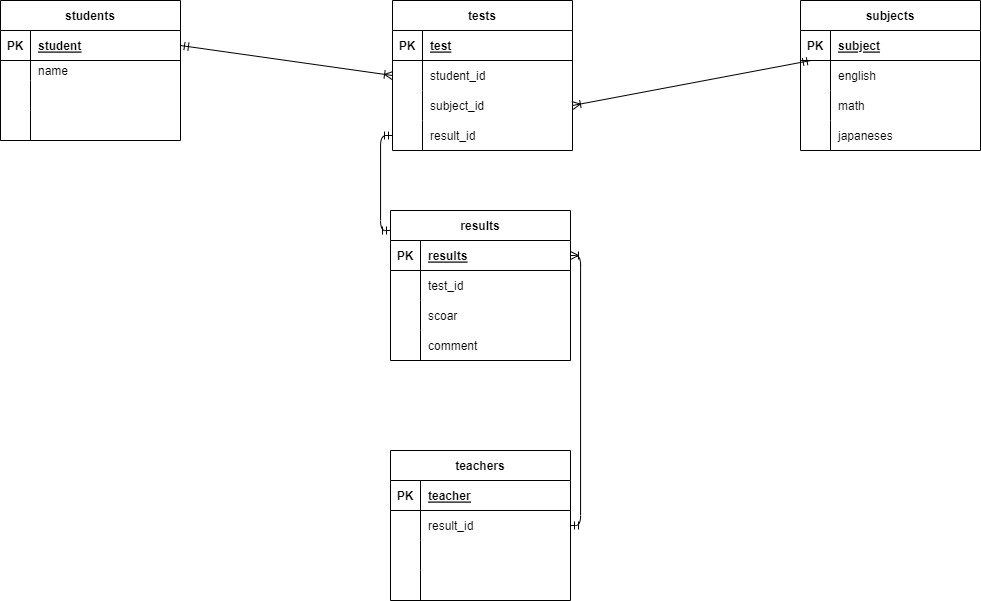
Before: .drawio.png, a diagram exported from draw.io (piyotaro3/date-base). Source tidied: cells renumbered, new cells last; positions are measured from the earlier drawing's top-left corner, leaving out a move shared by most shapes.
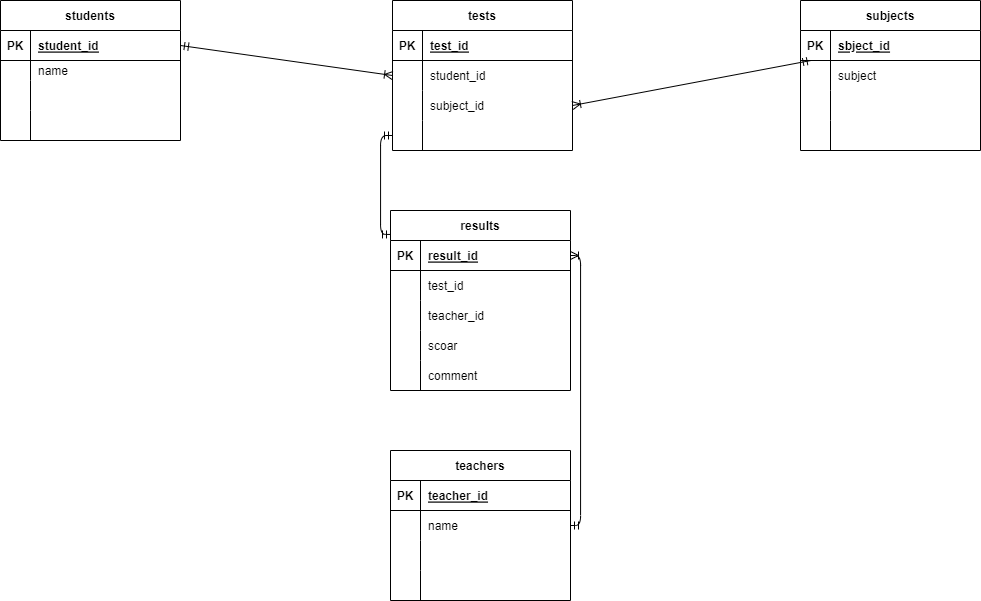
After the change.

Change to the diagram source:
```diff
@@ -11,7 +11,7 @@
     <mxCell id="4" value="PK" style="shape=partialRectangle;fillColor=none;top=0;left=0;bottom=0;right=0;fontStyle=1;overflow=hidden;" parent="3" vertex="1">
       <mxGeometry width="30" height="30" as="geometry" />
     </mxCell>
-    <mxCell id="5" value="student" style="shape=partialRectangle;fillColor=none;top=0;left=0;bottom=0;right=0;align=left;spacingLeft=6;fontStyle=5;overflow=hidden;" parent="3" vertex="1">
+    <mxCell id="5" value="student_id" style="shape=partialRectangle;fillColor=none;top=0;left=0;bottom=0;right=0;align=left;spacingLeft=6;fontStyle=5;overflow=hidden;" parent="3" vertex="1">
       <mxGeometry x="30" width="150" height="30" as="geometry" />
     </mxCell>
     <mxCell id="6" style="shape=tableRow;horizontal=0;startSize=0;swimlaneHead=0;swimlaneBody=0;fillColor=none;top=0;left=0;right=0;bottom=0;" parent="2" vertex="1">
@@ -50,7 +50,7 @@
     <mxCell id="17" value="PK" style="shape=partialRectangle;fillColor=none;top=0;left=0;bottom=0;right=0;fontStyle=1;overflow=hidden;" parent="16" vertex="1">
       <mxGeometry width="30" height="30" as="geometry" />
     </mxCell>
-    <mxCell id="18" value="subject" style="shape=partialRectangle;fillColor=none;top=0;left=0;bottom=0;right=0;align=left;spacingLeft=6;fontStyle=5;overflow=hidden;" parent="16" vertex="1">
+    <mxCell id="18" value="sbject_id" style="shape=partialRectangle;fillColor=none;top=0;left=0;bottom=0;right=0;align=left;spacingLeft=6;fontStyle=5;overflow=hidden;" parent="16" vertex="1">
       <mxGeometry x="30" width="150" height="30" as="geometry" />
     </mxCell>
     <mxCell id="19" style="shape=tableRow;horizontal=0;startSize=0;swimlaneHead=0;swimlaneBody=0;fillColor=none;top=0;left=0;right=0;bottom=0;" parent="15" vertex="1">
@@ -59,7 +59,7 @@
     <mxCell id="20" style="shape=partialRectangle;fillColor=none;top=0;left=0;bottom=0;right=0;overflow=hidden;" parent="19" vertex="1">
       <mxGeometry width="30" height="30" as="geometry" />
     </mxCell>
-    <mxCell id="21" value="english" style="shape=partialRectangle;fillColor=none;top=0;left=0;bottom=0;right=0;align=left;spacingLeft=6;overflow=hidden;" parent="19" vertex="1">
+    <mxCell id="21" value="subject" style="shape=partialRectangle;fillColor=none;top=0;left=0;bottom=0;right=0;align=left;spacingLeft=6;overflow=hidden;" parent="19" vertex="1">
       <mxGeometry x="30" width="150" height="30" as="geometry" />
     </mxCell>
     <mxCell id="22" style="shape=tableRow;horizontal=0;startSize=0;swimlaneHead=0;swimlaneBody=0;fillColor=none;top=0;left=0;right=0;bottom=0;" parent="15" vertex="1">
@@ -68,7 +68,7 @@
     <mxCell id="23" style="shape=partialRectangle;fillColor=none;top=0;left=0;bottom=0;right=0;overflow=hidden;" parent="22" vertex="1">
       <mxGeometry width="30" height="30" as="geometry" />
     </mxCell>
-    <mxCell id="24" value="math" style="shape=partialRectangle;fillColor=none;top=0;left=0;bottom=0;right=0;align=left;spacingLeft=6;overflow=hidden;" parent="22" vertex="1">
+    <mxCell id="24" style="shape=partialRectangle;fillColor=none;top=0;left=0;bottom=0;right=0;align=left;spacingLeft=6;overflow=hidden;" parent="22" vertex="1">
       <mxGeometry x="30" width="150" height="30" as="geometry" />
     </mxCell>
     <mxCell id="25" style="shape=tableRow;horizontal=0;startSize=0;swimlaneHead=0;swimlaneBody=0;fillColor=none;top=0;left=0;right=0;bottom=0;" parent="15" vertex="1">
@@ -77,7 +77,7 @@
     <mxCell id="26" style="shape=partialRectangle;fillColor=none;top=0;left=0;bottom=0;right=0;overflow=hidden;" parent="25" vertex="1">
       <mxGeometry width="30" height="30" as="geometry" />
     </mxCell>
-    <mxCell id="27" value="japaneses" style="shape=partialRectangle;fillColor=none;top=0;left=0;bottom=0;right=0;align=left;spacingLeft=6;overflow=hidden;" parent="25" vertex="1">
+    <mxCell id="27" style="shape=partialRectangle;fillColor=none;top=0;left=0;bottom=0;right=0;align=left;spacingLeft=6;overflow=hidden;" parent="25" vertex="1">
       <mxGeometry x="30" width="150" height="30" as="geometry" />
     </mxCell>
     <mxCell id="28" value="tests" style="shape=table;startSize=30;rowLines=0;fontStyle=1;align=center;" parent="1" vertex="1">
@@ -89,7 +89,7 @@
     <mxCell id="30" value="PK" style="shape=partialRectangle;fillColor=none;top=0;left=0;bottom=0;right=0;fontStyle=1;overflow=hidden;" parent="29" vertex="1">
       <mxGeometry width="30" height="30" as="geometry" />
     </mxCell>
-    <mxCell id="31" value="test" style="shape=partialRectangle;fillColor=none;top=0;left=0;bottom=0;right=0;align=left;spacingLeft=6;fontStyle=5;overflow=hidden;" parent="29" vertex="1">
+    <mxCell id="31" value="test_id" style="shape=partialRectangle;fillColor=none;top=0;left=0;bottom=0;right=0;align=left;spacingLeft=6;fontStyle=5;overflow=hidden;" parent="29" vertex="1">
       <mxGeometry x="30" width="150" height="30" as="geometry" />
     </mxCell>
     <mxCell id="32" style="shape=tableRow;horizontal=0;startSize=0;swimlaneHead=0;swimlaneBody=0;fillColor=none;points=[[0,0.5],[1,0.5]];portConstraint=eastwest;top=0;left=0;right=0;bottom=0;" parent="28" vertex="1">
@@ -116,14 +116,14 @@
     <mxCell id="39" style="shape=partialRectangle;fillColor=none;top=0;left=0;bottom=0;right=0;overflow=hidden;" parent="38" vertex="1">
       <mxGeometry width="30" height="30" as="geometry" />
     </mxCell>
-    <mxCell id="40" value="result_id" style="shape=partialRectangle;fillColor=none;top=0;left=0;bottom=0;right=0;align=left;spacingLeft=6;overflow=hidden;" parent="38" vertex="1">
+    <mxCell id="40" style="shape=partialRectangle;fillColor=none;top=0;left=0;bottom=0;right=0;align=left;spacingLeft=6;overflow=hidden;" parent="38" vertex="1">
       <mxGeometry x="30" width="150" height="30" as="geometry" />
     </mxCell>
     <mxCell id="41" style="fontSize=12;html=1;endArrow=ERoneToMany;startArrow=ERmandOne;exitX=1;exitY=0.5;exitDx=0;exitDy=0;entryX=0;entryY=0.5;entryDx=0;entryDy=0;" parent="1" edge="1" source="3" target="32">
       <mxGeometry relative="1" as="geometry" />
     </mxCell>
     <mxCell id="42" value="results" style="shape=table;startSize=30;rowLines=0;fontStyle=1;align=center;" parent="1" vertex="1">
-      <mxGeometry x="390" y="210" width="180" height="150" as="geometry" />
+      <mxGeometry x="390" y="210" width="180" height="180" as="geometry" />
     </mxCell>
     <mxCell id="43" style="shape=tableRow;horizontal=0;startSize=0;swimlaneHead=0;swimlaneBody=0;fillColor=none;points=[[0,0.5],[1,0.5]];portConstraint=eastwest;top=0;left=0;right=0;bottom=1;" parent="42" vertex="1">
       <mxGeometry y="30" width="180" height="30" as="geometry" />
@@ -131,7 +131,7 @@
     <mxCell id="44" value="PK" style="shape=partialRectangle;fillColor=none;top=0;left=0;bottom=0;right=0;fontStyle=1;overflow=hidden;" parent="43" vertex="1">
       <mxGeometry width="30" height="30" as="geometry" />
     </mxCell>
-    <mxCell id="45" value="results" style="shape=partialRectangle;fillColor=none;top=0;left=0;bottom=0;right=0;align=left;spacingLeft=6;fontStyle=5;overflow=hidden;" parent="43" vertex="1">
+    <mxCell id="45" value="result_id" style="shape=partialRectangle;fillColor=none;top=0;left=0;bottom=0;right=0;align=left;spacingLeft=6;fontStyle=5;overflow=hidden;" parent="43" vertex="1">
       <mxGeometry x="30" width="150" height="30" as="geometry" />
     </mxCell>
     <mxCell id="46" style="shape=tableRow;horizontal=0;startSize=0;swimlaneHead=0;swimlaneBody=0;fillColor=none;top=0;left=0;right=0;bottom=0;" parent="42" vertex="1">
@@ -143,8 +143,17 @@
     <mxCell id="48" value="test_id" style="shape=partialRectangle;fillColor=none;top=0;left=0;bottom=0;right=0;align=left;spacingLeft=6;overflow=hidden;" parent="46" vertex="1">
       <mxGeometry x="30" width="150" height="30" as="geometry" />
     </mxCell>
+    <mxCell id="71" style="shape=tableRow;horizontal=0;startSize=0;swimlaneHead=0;swimlaneBody=0;fillColor=none;top=0;left=0;right=0;bottom=0;" parent="42" vertex="1">
+      <mxGeometry y="90" width="180" height="30" as="geometry" />
+    </mxCell>
+    <mxCell id="72" style="shape=partialRectangle;fillColor=none;top=0;left=0;bottom=0;right=0;overflow=hidden;" parent="71" vertex="1">
+      <mxGeometry width="30" height="30" as="geometry" />
+    </mxCell>
+    <mxCell id="73" value="teacher_id" style="shape=partialRectangle;fillColor=none;top=0;left=0;bottom=0;right=0;align=left;spacingLeft=6;overflow=hidden;" parent="71" vertex="1">
+      <mxGeometry x="30" width="150" height="30" as="geometry" />
+    </mxCell>
     <mxCell id="49" style="shape=tableRow;horizontal=0;startSize=0;swimlaneHead=0;swimlaneBody=0;fillColor=none;top=0;left=0;right=0;bottom=0;" parent="42" vertex="1">
-      <mxGeometry y="90" width="180" height="30" as="geometry" />
+      <mxGeometry y="120" width="180" height="30" as="geometry" />
     </mxCell>
     <mxCell id="50" style="shape=partialRectangle;fillColor=none;top=0;left=0;bottom=0;right=0;overflow=hidden;" parent="49" vertex="1">
       <mxGeometry width="30" height="30" as="geometry" />
@@ -153,7 +162,7 @@
       <mxGeometry x="30" width="150" height="30" as="geometry" />
     </mxCell>
     <mxCell id="52" style="shape=tableRow;horizontal=0;startSize=0;swimlaneHead=0;swimlaneBody=0;fillColor=none;top=0;left=0;right=0;bottom=0;" parent="42" vertex="1">
-      <mxGeometry y="120" width="180" height="30" as="geometry" />
+      <mxGeometry y="150" width="180" height="30" as="geometry" />
     </mxCell>
     <mxCell id="53" style="shape=partialRectangle;fillColor=none;top=0;left=0;bottom=0;right=0;overflow=hidden;" parent="52" vertex="1">
       <mxGeometry width="30" height="30" as="geometry" />
@@ -170,7 +179,7 @@
     <mxCell id="57" value="PK" style="shape=partialRectangle;fillColor=none;top=0;left=0;bottom=0;right=0;fontStyle=1;overflow=hidden;" parent="56" vertex="1">
       <mxGeometry width="30" height="30" as="geometry" />
     </mxCell>
-    <mxCell id="58" value="teacher" style="shape=partialRectangle;fillColor=none;top=0;left=0;bottom=0;right=0;align=left;spacingLeft=6;fontStyle=5;overflow=hidden;" parent="56" vertex="1">
+    <mxCell id="58" value="teacher_id" style="shape=partialRectangle;fillColor=none;top=0;left=0;bottom=0;right=0;align=left;spacingLeft=6;fontStyle=5;overflow=hidden;" parent="56" vertex="1">
       <mxGeometry x="30" width="150" height="30" as="geometry" />
     </mxCell>
     <mxCell id="59" style="shape=tableRow;horizontal=0;startSize=0;swimlaneHead=0;swimlaneBody=0;fillColor=none;points=[[0,0.5],[1,0.5]];portConstraint=eastwest;top=0;left=0;right=0;bottom=0;" parent="55" vertex="1">
@@ -179,7 +188,7 @@
     <mxCell id="60" style="shape=partialRectangle;fillColor=none;top=0;left=0;bottom=0;right=0;overflow=hidden;" parent="59" vertex="1">
       <mxGeometry width="30" height="30" as="geometry" />
     </mxCell>
-    <mxCell id="61" value="result_id" style="shape=partialRectangle;fillColor=none;top=0;left=0;bottom=0;right=0;align=left;spacingLeft=6;overflow=hidden;" parent="59" vertex="1">
+    <mxCell id="61" value="name" style="shape=partialRectangle;fillColor=none;top=0;left=0;bottom=0;right=0;align=left;spacingLeft=6;overflow=hidden;" parent="59" vertex="1">
       <mxGeometry x="30" width="150" height="30" as="geometry" />
     </mxCell>
     <mxCell id="62" style="shape=tableRow;horizontal=0;startSize=0;swimlaneHead=0;swimlaneBody=0;fillColor=none;top=0;left=0;right=0;bottom=0;" parent="55" vertex="1">
```
